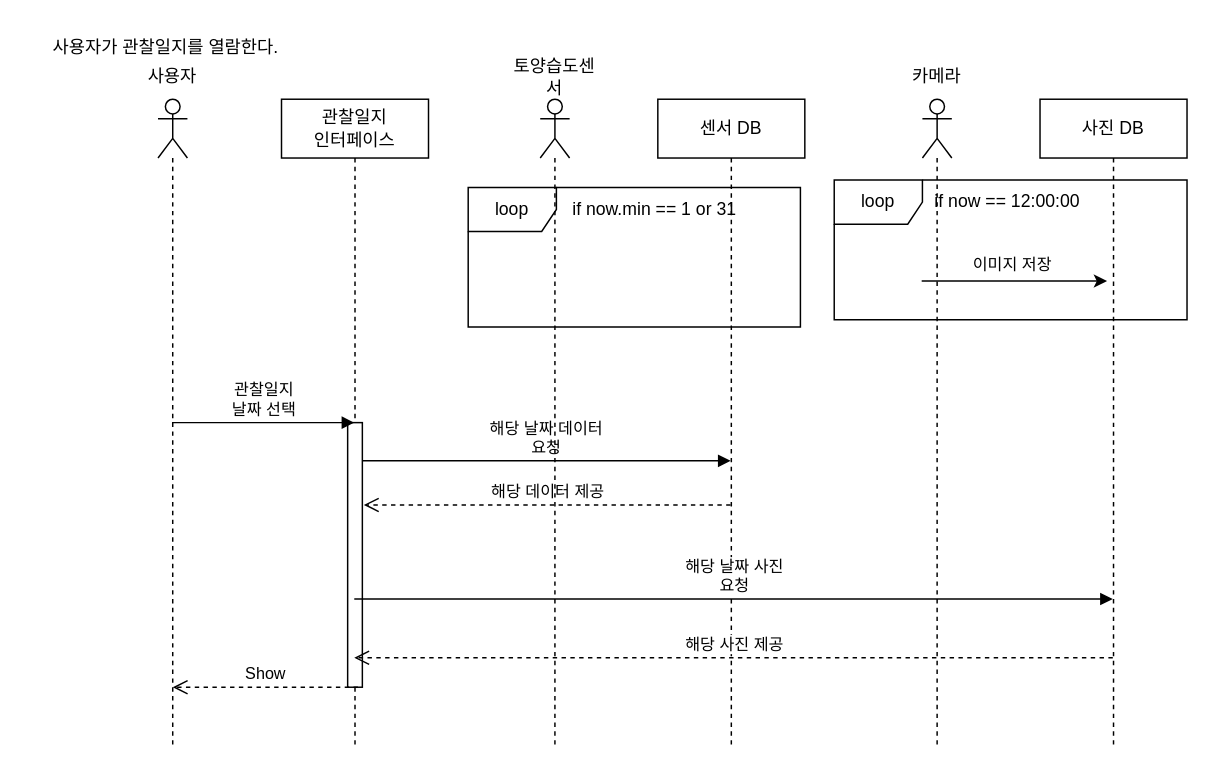
Earlier version of the draw.io diagram 5주차/시퀀스 다이어그램/diary_sqd.drawio (sonmyungwon/Software-Development). Source tidied: cells renumbered, new cells numbered last; positions are measured from the earlier drawing's top-left corner, leaving out a move shared by most shapes. Both pictures are drawn from the tidied source at 147%, with x=0, y=0 at pixel (25, 25).
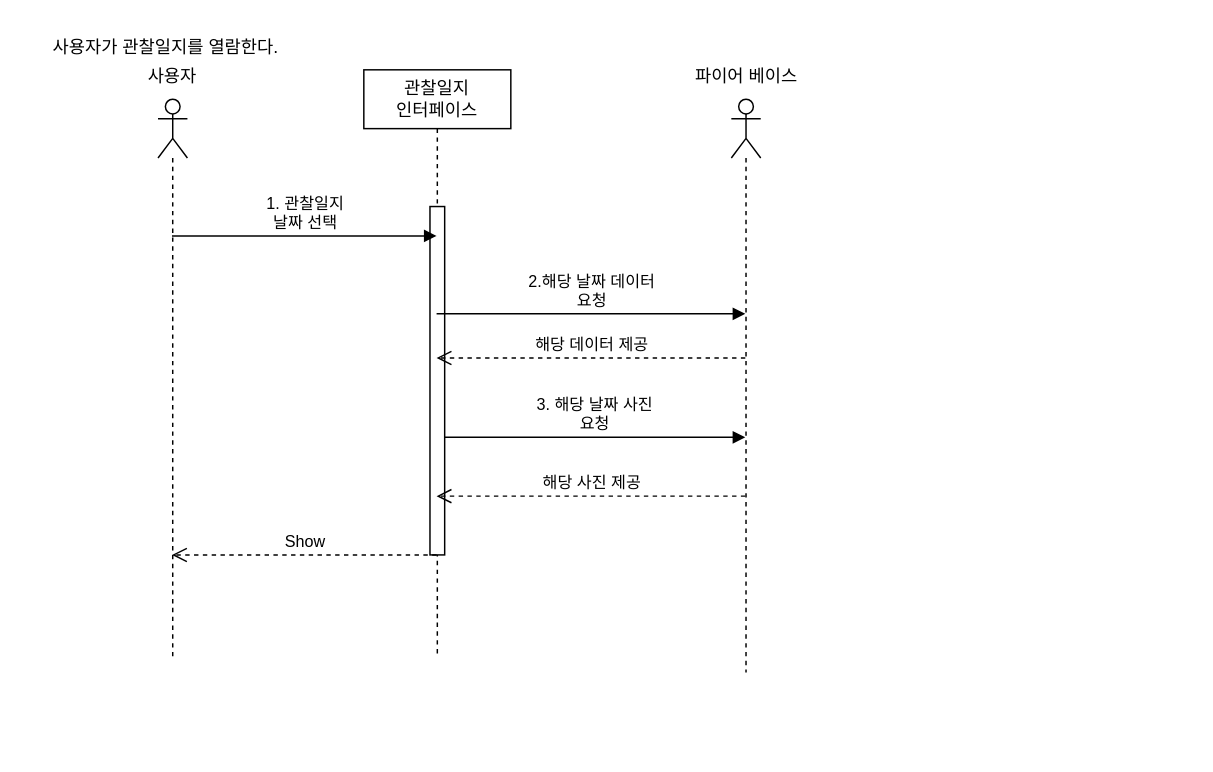
After the change.

Change to the diagram source:
```diff
@@
     <mxCell id="2" value="관찰일지&lt;br&gt;인터페이스" style="shape=umlLifeline;perimeter=lifelinePerimeter;whiteSpace=wrap;html=1;outlineConnect=0;" parent="1" vertex="1">
-      <mxGeometry x="174" y="50" width="100" height="440" as="geometry" />
+      <mxGeometry x="230" y="30" width="100" height="400" as="geometry" />
     </mxCell>
     <mxCell id="3" style="html=1;points=[];perimeter=orthogonalPerimeter;" parent="2" vertex="1">
-      <mxGeometry x="45" y="220" width="10" height="180" as="geometry" />
+      <mxGeometry x="45" y="93" width="10" height="237" as="geometry" />
     </mxCell>
-    <mxCell id="4" value="관찰일지&lt;br&gt;날짜 선택" style="html=1;verticalAlign=bottom;endArrow=block;rounded=0;" parent="1" edge="1" target="2">
+    <mxCell id="4" value="1. 관찰일지&lt;br&gt;날짜 선택" style="html=1;verticalAlign=bottom;endArrow=block;rounded=0;" parent="1" edge="1" target="2">
       <mxGeometry relative="1" as="geometry">
-        <mxPoint x="99.5" y="270" as="sourcePoint" />
+        <mxPoint x="99.5" y="143" as="sourcePoint" />
       </mxGeometry>
     </mxCell>
-    <mxCell id="5" value="해당 데이터 제공" style="html=1;verticalAlign=bottom;endArrow=open;dashed=1;endSize=8;rounded=0;" parent="1" edge="1">
+    <mxCell id="5" value="해당 데이터 제공" style="html=1;verticalAlign=bottom;endArrow=open;dashed=1;endSize=8;rounded=0;" parent="1" edge="1" target="2">
       <mxGeometry relative="1" as="geometry">
-        <mxPoint x="479.5" y="326" as="sourcePoint" />
-        <mxPoint x="230" y="326" as="targetPoint" />
-        <Array as="points">
-          <mxPoint x="306.5" y="326" />
-        </Array>
+        <mxPoint x="489.5" y="226" as="sourcePoint" />
       </mxGeometry>
     </mxCell>
-    <mxCell id="6" value="센서 DB" style="shape=umlLifeline;perimeter=lifelinePerimeter;whiteSpace=wrap;html=1;" parent="1" vertex="1">
-      <mxGeometry x="430" y="50" width="100" height="440" as="geometry" />
-    </mxCell>
-    <mxCell id="7" value="loop" style="shape=umlFrame;whiteSpace=wrap;html=1;" parent="6" vertex="1">
-      <mxGeometry x="-129" y="60" width="226" height="95" as="geometry" />
-    </mxCell>
-    <mxCell id="8" value="if now.min == 1 or 31" style="text;html=1;strokeColor=none;fillColor=none;align=center;verticalAlign=middle;whiteSpace=wrap;rounded=0;" parent="6" vertex="1">
-      <mxGeometry x="-60" y="60" width="116" height="30" as="geometry" />
-    </mxCell>
-    <mxCell id="9" value="사진 DB" style="shape=umlLifeline;perimeter=lifelinePerimeter;whiteSpace=wrap;html=1;outlineConnect=0;" parent="1" vertex="1">
-      <mxGeometry x="690" y="50" width="100" height="440" as="geometry" />
-    </mxCell>
-    <mxCell id="10" style="endArrow=classic;html=1;rounded=0;entryX=0.06;entryY=0.244;entryDx=0;entryDy=0;entryPerimeter=0;" parent="1" edge="1">
-      <mxGeometry relative="1" as="geometry">
-        <mxPoint x="609.5" y="173.7" as="sourcePoint" />
-        <mxPoint x="735.6" y="173.7" as="targetPoint" />
-      </mxGeometry>
-    </mxCell>
-    <mxCell id="11" value="이미지 저장" style="edgeLabel;html=1;align=center;verticalAlign=middle;" parent="10" vertex="1">
-      <mxGeometry x="-0.29" y="1" relative="1" as="geometry">
-        <mxPoint x="16" y="-10" as="offset" />
-      </mxGeometry>
-    </mxCell>
-    <mxCell id="12" value="해당 날짜 데이터&lt;br&gt;요청" style="html=1;verticalAlign=bottom;endArrow=block;rounded=0;" parent="1" edge="1">
+    <mxCell id="12" value="2.해당 날짜 데이터&lt;br&gt;요청" style="html=1;verticalAlign=bottom;endArrow=block;rounded=0;" parent="1" edge="1" source="2">
       <mxGeometry relative="1" as="geometry">
-        <mxPoint x="229" y="296" as="sourcePoint" />
-        <mxPoint x="479.5" y="296" as="targetPoint" />
-        <Array as="points">
-          <mxPoint x="380" y="296" />
-        </Array>
+        <mxPoint x="489.5" y="196" as="targetPoint" />
       </mxGeometry>
     </mxCell>
-    <mxCell id="13" value="Show" style="html=1;verticalAlign=bottom;endArrow=open;dashed=1;endSize=8;rounded=0;" parent="1" edge="1">
+    <mxCell id="13" value="Show" style="html=1;verticalAlign=bottom;endArrow=open;dashed=1;endSize=8;rounded=0;" parent="1" edge="1" source="2" target="17">
       <mxGeometry relative="1" as="geometry">
-        <mxPoint x="226" y="450" as="sourcePoint" />
-        <mxPoint x="100" y="450" as="targetPoint" />
         <Array as="points">
-          <mxPoint x="176.5" y="450" />
+          <mxPoint x="180" y="360" />
         </Array>
       </mxGeometry>
     </mxCell>
@@
-    <mxCell id="15" value="해당 날짜 사진&lt;br&gt;요청" style="html=1;verticalAlign=bottom;endArrow=block;rounded=0;" parent="1" edge="1" source="2" target="9">
+    <mxCell id="15" value="3. 해당 날짜 사진&lt;br&gt;요청" style="html=1;verticalAlign=bottom;endArrow=block;rounded=0;" parent="1" edge="1" source="3" target="25">
       <mxGeometry relative="1" as="geometry">
         <Array as="points">
-          <mxPoint x="450" y="390" />
+          <mxPoint x="390" y="280" />
         </Array>
       </mxGeometry>
     </mxCell>
-    <mxCell id="16" value="해당 사진 제공" style="html=1;verticalAlign=bottom;endArrow=open;dashed=1;endSize=8;rounded=0;" parent="1" edge="1" source="9" target="2">
+    <mxCell id="16" value="해당 사진 제공" style="html=1;verticalAlign=bottom;endArrow=open;dashed=1;endSize=8;rounded=0;" parent="1" edge="1" source="25" target="2">
       <mxGeometry relative="1" as="geometry">
         <Array as="points">
-          <mxPoint x="400" y="430" />
+          <mxPoint x="400" y="320" />
         </Array>
       </mxGeometry>
     </mxCell>
     <mxCell id="17" style="shape=umlLifeline;participant=umlActor;perimeter=lifelinePerimeter;whiteSpace=wrap;html=1;verticalAlign=top;spacingTop=36;outlineConnect=0;" parent="1" vertex="1">
-      <mxGeometry x="90" y="50" width="20" height="440" as="geometry" />
+      <mxGeometry x="90" y="50" width="20" height="380" as="geometry" />
     </mxCell>
-    <mxCell id="18" style="shape=umlLifeline;participant=umlActor;perimeter=lifelinePerimeter;whiteSpace=wrap;html=1;verticalAlign=top;spacingTop=36;" parent="1" vertex="1">
-      <mxGeometry x="350" y="50" width="20" height="440" as="geometry" />
-    </mxCell>
-    <mxCell id="19" style="shape=umlLifeline;participant=umlActor;perimeter=lifelinePerimeter;whiteSpace=wrap;html=1;verticalAlign=top;spacingTop=36;" parent="1" vertex="1">
-      <mxGeometry x="610" y="50" width="20" height="440" as="geometry" />
-    </mxCell>
@@
-    <mxCell id="21" value="토양습도센서" style="text;html=1;strokeColor=none;fillColor=none;align=center;verticalAlign=middle;whiteSpace=wrap;rounded=0;" parent="1" vertex="1">
-      <mxGeometry x="330" y="20" width="60" height="30" as="geometry" />
-    </mxCell>
-    <mxCell id="22" value="카메라" style="text;html=1;strokeColor=none;fillColor=none;align=center;verticalAlign=middle;whiteSpace=wrap;rounded=0;" parent="1" vertex="1">
-      <mxGeometry x="590" y="20" width="60" height="30" as="geometry" />
-    </mxCell>
-    <mxCell id="23" value="loop" style="shape=umlFrame;whiteSpace=wrap;html=1;width=60;height=30;" parent="1" vertex="1">
-      <mxGeometry x="550" y="105" width="240" height="95" as="geometry" />
-    </mxCell>
-    <mxCell id="24" value="if now == 12:00:00" style="text;html=1;strokeColor=none;fillColor=none;align=center;verticalAlign=middle;whiteSpace=wrap;rounded=0;" parent="1" vertex="1">
-      <mxGeometry x="610" y="105" width="116" height="30" as="geometry" />
-    </mxCell>
+    <mxCell id="25" style="shape=umlLifeline;participant=umlActor;perimeter=lifelinePerimeter;whiteSpace=wrap;html=1;verticalAlign=top;spacingTop=36;outlineConnect=0;" parent="1" vertex="1">
+      <mxGeometry x="480" y="50" width="20" height="390" as="geometry" />
+    </mxCell>
+    <mxCell id="26" value="파이어 베이스" style="text;html=1;align=center;verticalAlign=middle;strokeColor=none;fillColor=none;" parent="1" vertex="1">
+      <mxGeometry x="440" y="20" width="100" height="30" as="geometry" />
+    </mxCell>
```
